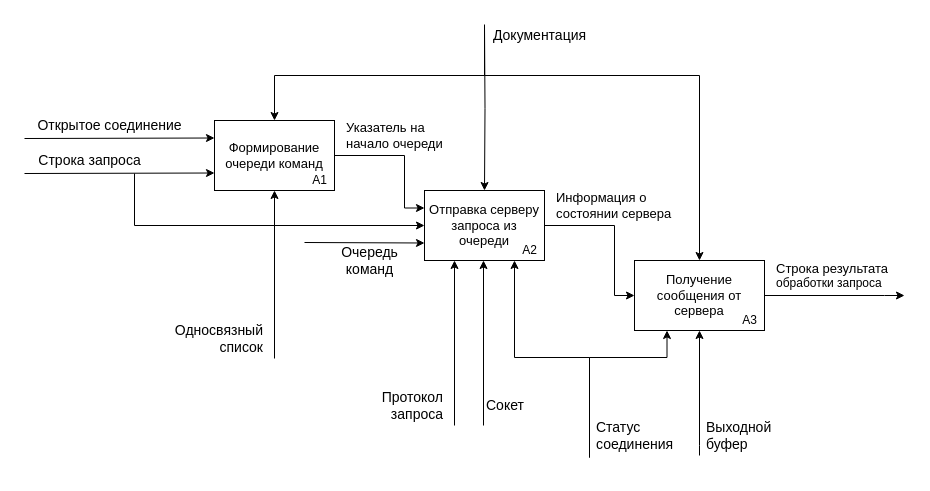
This is Диаграммы/IDEF.drawio from platosha-git/Diplom-theory, a draw.io file, before an edit. Source tidied: cells renumbered, new cells numbered last; positions are measured from the earlier drawing's top-left corner, leaving out a move shared by most shapes. Both pictures are drawn from the tidied source at 100%, with x=0, y=0 at pixel (24, 24).
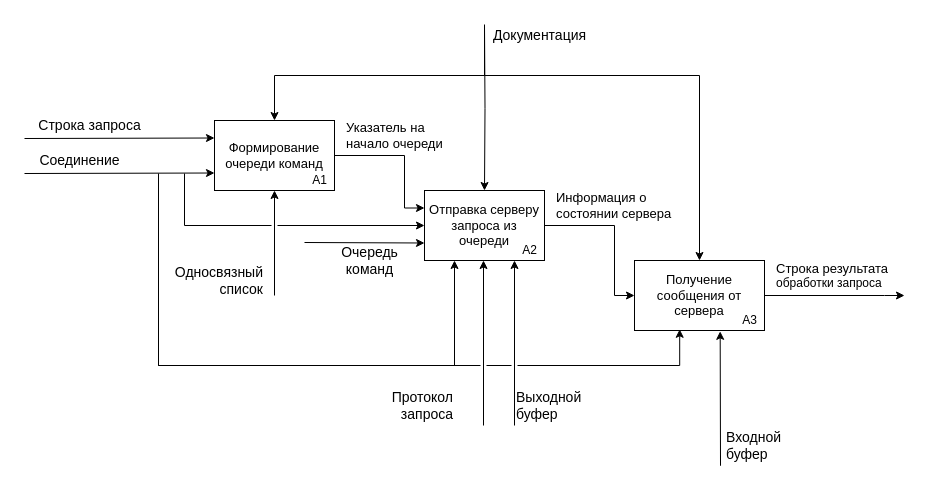
The same diagram, later.

The change refers to these unchanged cells:
```xml
<mxCell id="2" value="&lt;font style=&quot;font-size: 13px&quot;&gt;Получение сообщения от сервера&lt;/font&gt;" style="rounded=0;whiteSpace=wrap;html=1;" parent="1" vertex="1">
  <mxGeometry x="610" y="236" width="130" height="70" as="geometry" />
</mxCell>
<mxCell id="4" value="&lt;font style=&quot;font-size: 13px&quot;&gt;Формирование очереди команд&lt;/font&gt;" style="rounded=0;whiteSpace=wrap;html=1;" parent="1" vertex="1">
  <mxGeometry x="190" y="96" width="120" height="70" as="geometry" />
</mxCell>
<mxCell id="9" value="&lt;font style=&quot;font-size: 13px&quot;&gt;Отправка серверу&lt;br&gt;запроса из очереди&lt;/font&gt;" style="rounded=0;whiteSpace=wrap;html=1;" parent="1" vertex="1">
  <mxGeometry x="400" y="166" width="120" height="70" as="geometry" />
</mxCell>
```

What changed in the source:
```diff
@@
+    <mxCell id="30" style="endArrow=classic;html=1;rounded=0;entryX=0.5;entryY=1;entryDx=0;entryDy=0;" parent="1" edge="1" target="4">
+      <mxGeometry relative="1" as="geometry">
+        <mxPoint x="250" y="271" as="sourcePoint" />
+      </mxGeometry>
+    </mxCell>
@@
-    <mxCell id="6" value="Открытое соединение" style="text;html=1;align=center;verticalAlign=middle;strokeColor=none;fillColor=none;fontSize=14;" parent="1" vertex="1">
-      <mxGeometry x="5" y="91" width="160" height="20" as="geometry" />
+    <mxCell id="6" value="Соединение" style="text;html=1;align=center;verticalAlign=middle;strokeColor=none;fillColor=none;fontSize=14;" parent="1" vertex="1">
+      <mxGeometry x="5" y="126" width="100" height="20" as="geometry" />
     </mxCell>
@@
     <mxCell id="17" value="Строка запроса" style="text;html=1;align=center;verticalAlign=middle;fontSize=14;" parent="1" vertex="1">
-      <mxGeometry x="5" y="126" width="120" height="20" as="geometry" />
+      <mxGeometry x="5" y="91" width="120" height="20" as="geometry" />
     </mxCell>
@@
-    <mxCell id="22" style="endArrow=classic;html=1;rounded=0;entryX=0.25;entryY=1;entryDx=0;entryDy=0;" parent="1" edge="1" target="9">
-      <mxGeometry relative="1" as="geometry">
-        <mxPoint x="430" y="401" as="sourcePoint" />
-      </mxGeometry>
-    </mxCell>
     <mxCell id="23" value="Протокол &lt;br&gt;запроса" style="text;html=1;align=right;verticalAlign=middle;fontSize=14;" parent="1" vertex="1">
-      <mxGeometry x="340" y="361" width="80" height="40" as="geometry" />
+      <mxGeometry x="350" y="361" width="80" height="40" as="geometry" />
     </mxCell>
-    <mxCell id="24" style="endArrow=classic;html=1;fontSize=14;edgeStyle=orthogonalEdgeStyle;entryX=0;entryY=0.5;entryDx=0;entryDy=0;rounded=0;" parent="1" edge="1" target="9">
+    <mxCell id="24" style="endArrow=classic;html=1;fontSize=14;edgeStyle=orthogonalEdgeStyle;entryX=0;entryY=0.5;entryDx=0;entryDy=0;rounded=0;jumpStyle=gap;" parent="1" edge="1" target="9">
       <mxGeometry relative="1" as="geometry">
-        <mxPoint x="110" y="149" as="sourcePoint" />
+        <mxPoint x="160" y="149" as="sourcePoint" />
         <Array as="points">
-          <mxPoint x="110" y="201" />
+          <mxPoint x="160" y="149" />
+          <mxPoint x="160" y="201" />
         </Array>
       </mxGeometry>
     </mxCell>
@@
-    <mxCell id="27" style="edgeStyle=orthogonalEdgeStyle;rounded=0;jettySize=auto;html=1;fontSize=14;entryX=0.25;entryY=1;entryDx=0;entryDy=0;" parent="1" edge="1" target="2">
-      <mxGeometry relative="1" as="geometry">
-        <mxPoint x="565" y="433" as="sourcePoint" />
-        <Array as="points">
-          <mxPoint x="565" y="333" />
-          <mxPoint x="643" y="333" />
-        </Array>
-      </mxGeometry>
-    </mxCell>
-    <mxCell id="28" style="edgeStyle=orthogonalEdgeStyle;rounded=0;jettySize=auto;html=1;fontSize=14;entryX=0.75;entryY=1;entryDx=0;entryDy=0;" parent="1" edge="1" target="9">
-      <mxGeometry relative="1" as="geometry">
-        <mxPoint x="565" y="433" as="sourcePoint" />
-        <Array as="points">
-          <mxPoint x="565" y="333" />
-          <mxPoint x="490" y="333" />
-        </Array>
-      </mxGeometry>
-    </mxCell>
-    <mxCell id="29" value="Статус &lt;br&gt;соединения" style="text;html=1;align=left;verticalAlign=middle;fontSize=14;" parent="1" vertex="1">
-      <mxGeometry x="570" y="391" width="90" height="40" as="geometry" />
-    </mxCell>
-    <mxCell id="30" style="endArrow=classic;html=1;rounded=0;entryX=0.5;entryY=1;entryDx=0;entryDy=0;" parent="1" edge="1" target="4">
-      <mxGeometry relative="1" as="geometry">
-        <mxPoint x="250" y="334" as="sourcePoint" />
-      </mxGeometry>
-    </mxCell>
     <mxCell id="31" value="Односвязный&lt;br&gt;список" style="text;html=1;align=right;verticalAlign=middle;fontSize=14;" parent="1" vertex="1">
-      <mxGeometry x="140" y="293.5" width="100" height="40" as="geometry" />
+      <mxGeometry x="140" y="236" width="100" height="40" as="geometry" />
     </mxCell>
-    <mxCell id="32" style="edgeStyle=orthogonalEdgeStyle;rounded=0;jettySize=auto;html=1;entryX=0.5;entryY=1;entryDx=0;entryDy=0;fontSize=14;" parent="1" edge="1" target="2">
+    <mxCell id="32" style="edgeStyle=orthogonalEdgeStyle;rounded=0;jettySize=auto;html=1;entryX=0.659;entryY=1.012;entryDx=0;entryDy=0;fontSize=14;entryPerimeter=0;" parent="1" edge="1" target="2">
       <mxGeometry relative="1" as="geometry">
-        <mxPoint x="675" y="431" as="sourcePoint" />
+        <mxPoint x="696" y="431" as="sourcePoint" />
         <Array as="points">
-          <mxPoint x="675" y="421" />
+          <mxPoint x="696" y="441" />
         </Array>
       </mxGeometry>
     </mxCell>
-    <mxCell id="33" value="Выходной буфер" style="text;html=1;strokeColor=none;fillColor=none;align=left;verticalAlign=middle;whiteSpace=wrap;rounded=0;fontSize=14;" parent="1" vertex="1">
-      <mxGeometry x="680" y="401" width="40" height="20" as="geometry" />
+    <mxCell id="33" value="Входной буфер" style="text;html=1;strokeColor=none;fillColor=none;align=left;verticalAlign=middle;whiteSpace=wrap;rounded=0;fontSize=14;" parent="1" vertex="1">
+      <mxGeometry x="700" y="411" width="40" height="20" as="geometry" />
     </mxCell>
-    <mxCell id="34" style="endArrow=classic;html=1;rounded=0;entryX=0.25;entryY=1;entryDx=0;entryDy=0;" parent="1" edge="1">
-      <mxGeometry relative="1" as="geometry">
-        <mxPoint x="459" y="401" as="sourcePoint" />
-        <mxPoint x="459" y="236" as="targetPoint" />
-      </mxGeometry>
-    </mxCell>
-    <mxCell id="35" value="Сокет" style="text;html=1;align=left;verticalAlign=middle;fontSize=14;fontStyle=0;" parent="1" vertex="1">
-      <mxGeometry x="460" y="371" width="50" height="20" as="geometry" />
-    </mxCell>
+    <mxCell id="36" style="endArrow=classic;html=1;rounded=0;entryX=0.25;entryY=1;entryDx=0;entryDy=0;" parent="1" edge="1">
+      <mxGeometry relative="1" as="geometry">
+        <mxPoint x="490" y="401" as="sourcePoint" />
+        <mxPoint x="490" y="236" as="targetPoint" />
+      </mxGeometry>
+    </mxCell>
+    <mxCell id="37" value="Выходной &lt;br&gt;буфер" style="text;html=1;align=left;verticalAlign=middle;fontSize=14;fontStyle=0;" parent="1" vertex="1">
+      <mxGeometry x="490" y="361" width="80" height="40" as="geometry" />
+    </mxCell>
+    <mxCell id="38" style="endArrow=classic;html=1;rounded=0;entryX=0.25;entryY=1;entryDx=0;entryDy=0;" parent="1" edge="1">
+      <mxGeometry relative="1" as="geometry">
+        <mxPoint x="459" y="401" as="sourcePoint" />
+        <mxPoint x="459" y="236" as="targetPoint" />
+      </mxGeometry>
+    </mxCell>
+    <mxCell id="39" style="endArrow=classic;html=1;fontSize=14;edgeStyle=orthogonalEdgeStyle;entryX=0.25;entryY=1;entryDx=0;entryDy=0;rounded=0;jumpStyle=gap;" parent="1" edge="1" target="9">
+      <mxGeometry relative="1" as="geometry">
+        <mxPoint x="134" y="151" as="sourcePoint" />
+        <Array as="points">
+          <mxPoint x="134" y="341" />
+          <mxPoint x="430" y="341" />
+        </Array>
+      </mxGeometry>
+    </mxCell>
+    <mxCell id="40" style="endArrow=classic;html=1;fontSize=14;edgeStyle=orthogonalEdgeStyle;rounded=0;jumpStyle=gap;entryX=0.348;entryY=1.012;entryDx=0;entryDy=0;entryPerimeter=0;" parent="1" edge="1">
+      <mxGeometry relative="1" as="geometry">
+        <mxPoint x="134" y="149" as="sourcePoint" />
+        <mxPoint x="655.2" y="304.8" as="targetPoint" />
+        <Array as="points">
+          <mxPoint x="134" y="341" />
+          <mxPoint x="655" y="341" />
+        </Array>
+      </mxGeometry>
+    </mxCell>
```
